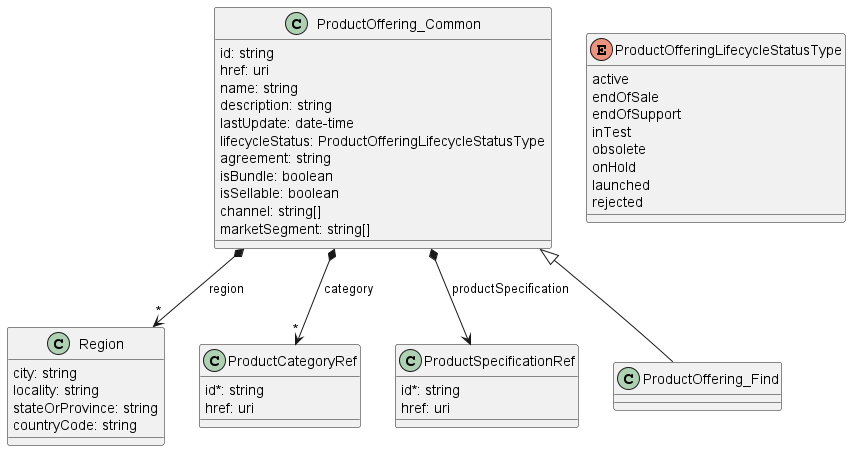
Above: documentation/productApi/catalog/media/offeringModel_find.png in MEF-GIT/MEF-LSO-Sonata-SDK (PlantUML), before the change. Its diagram source:
```plantuml
@startuml


class ProductOffering_Common {

    id: string
    href: uri
    name: string
    description: string
    lastUpdate: date-time
    lifecycleStatus: ProductOfferingLifecycleStatusType
    agreement: string
    isBundle: boolean
    isSellable: boolean
    channel: string[]
    marketSegment: string[]
}

ProductOffering_Common *-->"*" Region : region
ProductOffering_Common *-->"*" ProductCategoryRef : category
ProductOffering_Common *--> ProductSpecificationRef : productSpecification


class ProductOffering_Find {

}
ProductOffering_Common <|-- ProductOffering_Find

class ProductCategoryRef {

    id*: string
    href: uri
}
class Region {

    city: string
    locality: string
    stateOrProvince: string
    countryCode: string
}


enum ProductOfferingLifecycleStatusType {

    active
    endOfSale
    endOfSupport
    inTest
    obsolete
    onHold
    launched
    rejected
}

class ProductSpecificationRef {

    id*: string
    href: uri
}


@enduml
```
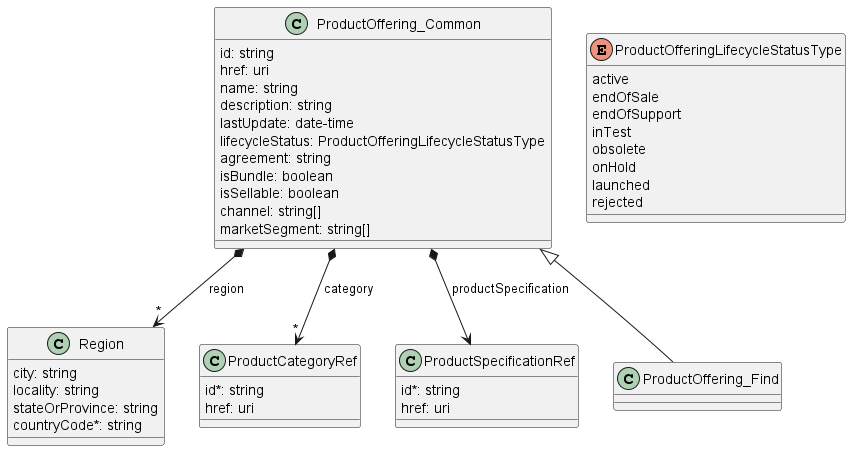
The same file after the commit.

Diff of the diagram source:
```diff
@@ -36,7 +36,7 @@
     city: string
     locality: string
     stateOrProvince: string
-    countryCode: string
+    countryCode*: string
 }
 
 
```
